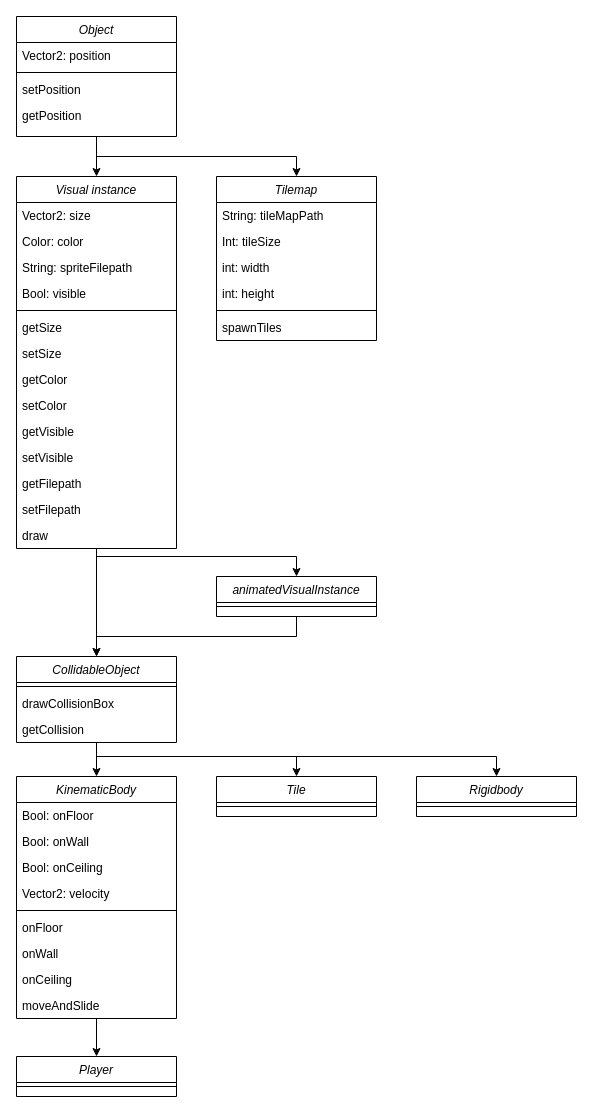
This is Merlin-structure.drawio from LeonStansfield/merlin, a draw.io file, before an edit. Source tidied: cells renumbered, new cells numbered last; positions are measured from the earlier drawing's top-left corner, leaving out a move shared by most shapes. Both pictures are drawn from the tidied source at 100%, with x=0, y=0 at pixel (16, 16).
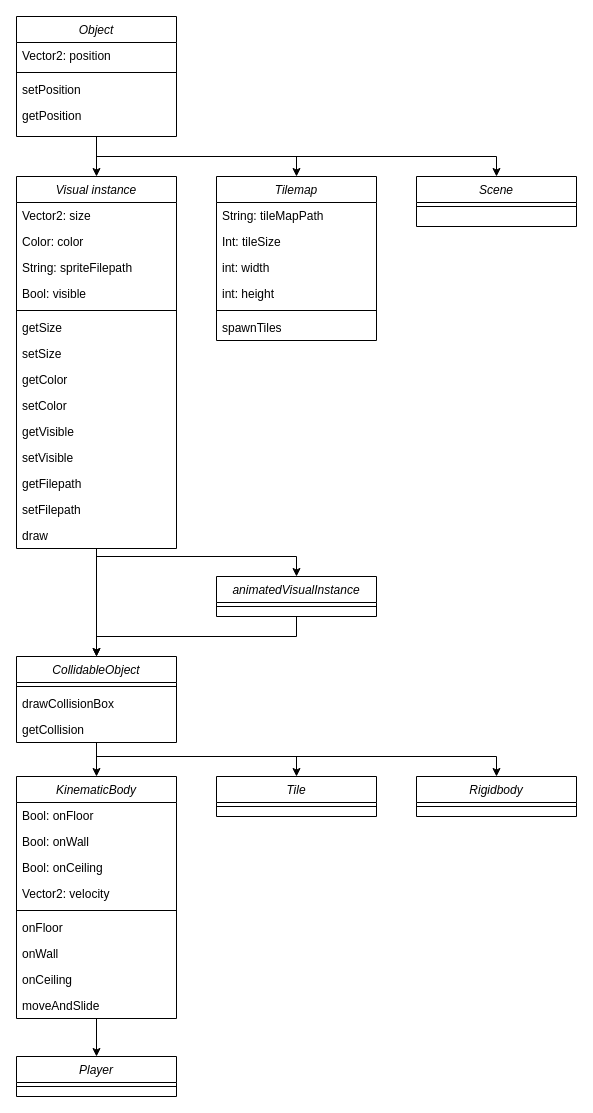
The same diagram, later.

The change refers to these unchanged cells:
```xml
<mxCell id="3" value="Object" style="swimlane;fontStyle=2;align=center;verticalAlign=top;horizontal=1;startSize=26;rounded=0;shadow=0;strokeWidth=1;" parent="1" vertex="1">
  <mxGeometry width="160" height="120" as="geometry" />
</mxCell>
```

The edit, as a diff of the source:
```diff
@@
+    <mxCell id="61" style="edgeStyle=orthogonalEdgeStyle;rounded=0;jettySize=auto;html=1;exitX=0.5;exitY=1;exitDx=0;exitDy=0;" parent="1" edge="1" source="3" target="62">
+      <mxGeometry relative="1" as="geometry" />
+    </mxCell>
@@
+    <mxCell id="62" value="Scene" style="swimlane;fontStyle=2;align=center;verticalAlign=top;horizontal=1;startSize=26;rounded=0;shadow=0;strokeWidth=1;" parent="1" vertex="1">
+      <mxGeometry x="400" y="160" width="160" height="50" as="geometry" />
+    </mxCell>
+    <mxCell id="63" style="line;html=1;strokeWidth=1;align=left;verticalAlign=middle;spacingTop=-1;spacingLeft=3;spacingRight=3;labelPosition=right;" parent="62" vertex="1">
+      <mxGeometry y="26" width="160" height="8" as="geometry" />
+    </mxCell>
```
